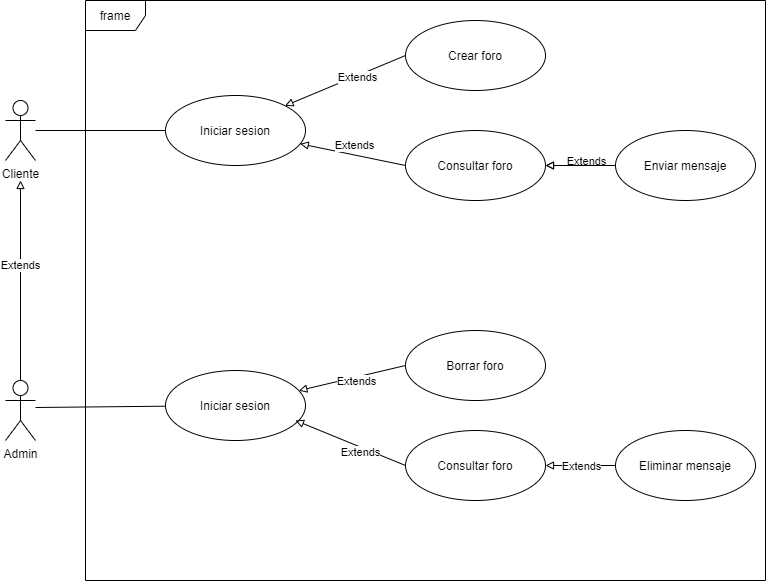
Before: analisis/resources/Gestióndeforo.png, a diagram exported from draw.io (Bluishres/La-tienda-del-infinito). Source tidied: cells renumbered, new cells last; positions are measured from the earlier drawing's top-left corner, leaving out a move shared by most shapes. The source it was exported from:
```xml
<mxGraphModel>
  <root>
    <mxCell id="0" />
    <mxCell id="1" parent="0" />
    <mxCell id="2" style="edgeStyle=none;rounded=0;jettySize=auto;html=1;entryX=0;entryY=0.5;entryDx=0;entryDy=0;endArrow=none;endFill=0;" parent="1" edge="1" source="3" target="5">
      <mxGeometry relative="1" as="geometry" />
    </mxCell>
    <mxCell id="3" value="Cliente" style="shape=umlActor;verticalLabelPosition=bottom;verticalAlign=top;html=1;outlineConnect=0;" parent="1" vertex="1">
      <mxGeometry y="100" width="30" height="60" as="geometry" />
    </mxCell>
    <mxCell id="4" value="frame" style="shape=umlFrame;whiteSpace=wrap;html=1;" parent="1" vertex="1">
      <mxGeometry x="80" width="680" height="580" as="geometry" />
    </mxCell>
    <mxCell id="5" value="Iniciar sesion" style="ellipse;whiteSpace=wrap;html=1;" parent="1" vertex="1">
      <mxGeometry x="160" y="95" width="140" height="70" as="geometry" />
    </mxCell>
    <mxCell id="6" style="rounded=0;jettySize=auto;html=1;exitX=0;exitY=0.5;exitDx=0;exitDy=0;entryX=1;entryY=0;entryDx=0;entryDy=0;endArrow=block;endFill=0;" parent="1" edge="1" source="8" target="5">
      <mxGeometry relative="1" as="geometry" />
    </mxCell>
    <mxCell id="7" value="Extends" style="edgeLabel;html=1;align=center;verticalAlign=middle;" parent="6" vertex="1">
      <mxGeometry x="-0.18" y="1" relative="1" as="geometry" />
    </mxCell>
    <mxCell id="8" value="Crear foro" style="ellipse;whiteSpace=wrap;html=1;" parent="1" vertex="1">
      <mxGeometry x="400" y="20" width="140" height="70" as="geometry" />
    </mxCell>
    <mxCell id="9" style="edgeStyle=none;rounded=0;jettySize=auto;html=1;exitX=0;exitY=0.5;exitDx=0;exitDy=0;endArrow=block;endFill=0;" parent="1" edge="1" source="11" target="5">
      <mxGeometry relative="1" as="geometry" />
    </mxCell>
    <mxCell id="10" value="Extends" style="edgeLabel;html=1;align=center;verticalAlign=middle;" parent="9" vertex="1">
      <mxGeometry x="-0.38" y="-2" relative="1" as="geometry">
        <mxPoint x="-20" y="-12" as="offset" />
      </mxGeometry>
    </mxCell>
    <mxCell id="11" value="Consultar foro" style="ellipse;whiteSpace=wrap;html=1;" parent="1" vertex="1">
      <mxGeometry x="400" y="130" width="140" height="70" as="geometry" />
    </mxCell>
    <mxCell id="12" style="edgeStyle=none;rounded=0;jettySize=auto;html=1;exitX=0;exitY=0.5;exitDx=0;exitDy=0;entryX=1;entryY=0.5;entryDx=0;entryDy=0;endArrow=block;endFill=0;" parent="1" edge="1" source="15" target="11">
      <mxGeometry relative="1" as="geometry" />
    </mxCell>
    <mxCell id="13" value="Extends" style="edgeLabel;html=1;align=center;verticalAlign=middle;" parent="12" vertex="1">
      <mxGeometry x="-0.56" relative="1" as="geometry">
        <mxPoint x="-15" y="-5" as="offset" />
      </mxGeometry>
    </mxCell>
    <mxCell id="14" style="edgeStyle=none;rounded=0;jettySize=auto;html=1;endArrow=block;endFill=0;" parent="1" edge="1" source="15" target="11">
      <mxGeometry relative="1" as="geometry" />
    </mxCell>
    <mxCell id="15" value="Enviar mensaje" style="ellipse;whiteSpace=wrap;html=1;" parent="1" vertex="1">
      <mxGeometry x="610" y="130" width="140" height="70" as="geometry" />
    </mxCell>
    <mxCell id="16" value="Iniciar sesion" style="ellipse;whiteSpace=wrap;html=1;" parent="1" vertex="1">
      <mxGeometry x="160" y="370" width="140" height="70" as="geometry" />
    </mxCell>
    <mxCell id="17" style="edgeStyle=orthogonalEdgeStyle;rounded=0;jettySize=auto;html=1;endArrow=block;endFill=0;" parent="1" edge="1" source="20">
      <mxGeometry relative="1" as="geometry">
        <mxPoint x="15" y="180" as="targetPoint" />
      </mxGeometry>
    </mxCell>
    <mxCell id="18" value="Extends" style="edgeLabel;html=1;align=center;verticalAlign=middle;" parent="17" vertex="1">
      <mxGeometry x="0.16" y="1" relative="1" as="geometry" />
    </mxCell>
    <mxCell id="19" style="edgeStyle=none;rounded=0;jettySize=auto;html=1;endArrow=none;endFill=0;" parent="1" edge="1" target="16">
      <mxGeometry relative="1" as="geometry">
        <mxPoint x="30" y="407" as="sourcePoint" />
      </mxGeometry>
    </mxCell>
    <mxCell id="20" value="Admin" style="shape=umlActor;verticalLabelPosition=bottom;verticalAlign=top;html=1;outlineConnect=0;" parent="1" vertex="1">
      <mxGeometry y="380" width="30" height="60" as="geometry" />
    </mxCell>
    <mxCell id="21" style="rounded=0;jettySize=auto;html=1;exitX=0;exitY=0.5;exitDx=0;exitDy=0;endArrow=block;endFill=0;" parent="1" edge="1" source="23" target="16">
      <mxGeometry relative="1" as="geometry" />
    </mxCell>
    <mxCell id="22" value="Extends" style="edgeLabel;html=1;align=center;verticalAlign=middle;" parent="21" vertex="1">
      <mxGeometry x="-0.19" y="2" relative="1" as="geometry">
        <mxPoint x="-6.7" y="2.8" as="offset" />
      </mxGeometry>
    </mxCell>
    <mxCell id="23" value="Borrar foro" style="ellipse;whiteSpace=wrap;html=1;" parent="1" vertex="1">
      <mxGeometry x="400" y="330" width="140" height="70" as="geometry" />
    </mxCell>
    <mxCell id="24" value="Consultar foro" style="ellipse;whiteSpace=wrap;html=1;" parent="1" vertex="1">
      <mxGeometry x="400" y="430" width="140" height="70" as="geometry" />
    </mxCell>
    <mxCell id="25" value="Eliminar mensaje" style="ellipse;whiteSpace=wrap;html=1;" parent="1" vertex="1">
      <mxGeometry x="610" y="430" width="140" height="70" as="geometry" />
    </mxCell>
    <mxCell id="26" style="rounded=0;jettySize=auto;html=1;exitX=0;exitY=0.5;exitDx=0;exitDy=0;endArrow=block;endFill=0;" parent="1" edge="1" source="24">
      <mxGeometry relative="1" as="geometry">
        <mxPoint x="290" y="420" as="targetPoint" />
      </mxGeometry>
    </mxCell>
    <mxCell id="27" value="Extends" style="edgeLabel;html=1;align=center;verticalAlign=middle;" parent="26" vertex="1">
      <mxGeometry x="-0.19" y="2" relative="1" as="geometry">
        <mxPoint x="-0.5" y="2.8" as="offset" />
      </mxGeometry>
    </mxCell>
    <mxCell id="28" style="rounded=0;jettySize=auto;html=1;exitX=0;exitY=0.5;exitDx=0;exitDy=0;endArrow=block;endFill=0;entryX=1;entryY=0.5;entryDx=0;entryDy=0;" parent="1" edge="1" source="25" target="24">
      <mxGeometry relative="1" as="geometry" />
    </mxCell>
    <mxCell id="29" value="Extends" style="edgeLabel;html=1;align=center;verticalAlign=middle;" parent="28" vertex="1">
      <mxGeometry x="-0.19" y="2" relative="1" as="geometry">
        <mxPoint x="-6.7" y="-2" as="offset" />
      </mxGeometry>
    </mxCell>
  </root>
</mxGraphModel>
```
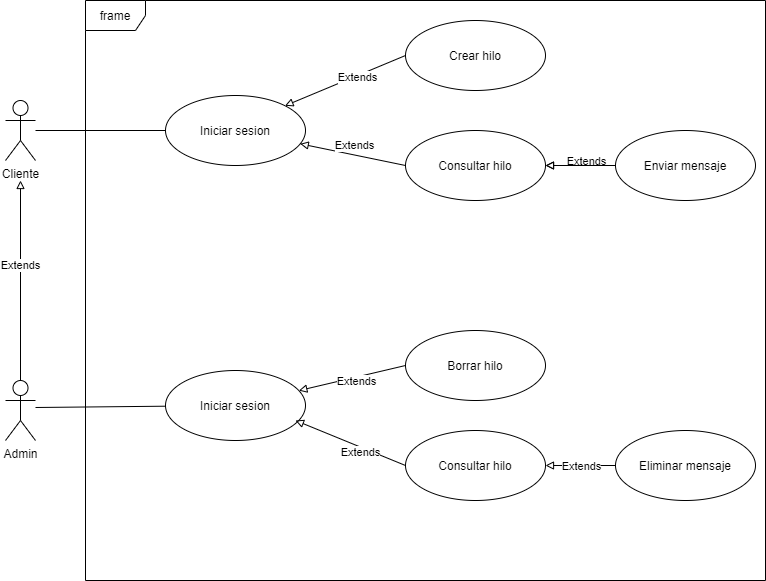
Later version of the same file.

Change to the diagram source:
```diff
@@ -20,7 +20,7 @@
     <mxCell id="7" value="Extends" style="edgeLabel;html=1;align=center;verticalAlign=middle;" parent="6" vertex="1">
       <mxGeometry x="-0.18" y="1" relative="1" as="geometry" />
     </mxCell>
-    <mxCell id="8" value="Crear foro" style="ellipse;whiteSpace=wrap;html=1;" parent="1" vertex="1">
+    <mxCell id="8" value="Crear hilo" style="ellipse;whiteSpace=wrap;html=1;" parent="1" vertex="1">
       <mxGeometry x="400" y="20" width="140" height="70" as="geometry" />
     </mxCell>
     <mxCell id="9" style="edgeStyle=none;rounded=0;jettySize=auto;html=1;exitX=0;exitY=0.5;exitDx=0;exitDy=0;endArrow=block;endFill=0;" parent="1" edge="1" source="11" target="5">
@@ -31,7 +31,7 @@
         <mxPoint x="-20" y="-12" as="offset" />
       </mxGeometry>
     </mxCell>
-    <mxCell id="11" value="Consultar foro" style="ellipse;whiteSpace=wrap;html=1;" parent="1" vertex="1">
+    <mxCell id="11" value="Consultar hilo" style="ellipse;whiteSpace=wrap;html=1;" parent="1" vertex="1">
       <mxGeometry x="400" y="130" width="140" height="70" as="geometry" />
     </mxCell>
     <mxCell id="12" style="edgeStyle=none;rounded=0;jettySize=auto;html=1;exitX=0;exitY=0.5;exitDx=0;exitDy=0;entryX=1;entryY=0.5;entryDx=0;entryDy=0;endArrow=block;endFill=0;" parent="1" edge="1" source="15" target="11">
@@ -75,10 +75,10 @@
         <mxPoint x="-6.7" y="2.8" as="offset" />
       </mxGeometry>
     </mxCell>
-    <mxCell id="23" value="Borrar foro" style="ellipse;whiteSpace=wrap;html=1;" parent="1" vertex="1">
+    <mxCell id="23" value="Borrar hilo" style="ellipse;whiteSpace=wrap;html=1;" parent="1" vertex="1">
       <mxGeometry x="400" y="330" width="140" height="70" as="geometry" />
     </mxCell>
-    <mxCell id="24" value="Consultar foro" style="ellipse;whiteSpace=wrap;html=1;" parent="1" vertex="1">
+    <mxCell id="24" value="Consultar hilo" style="ellipse;whiteSpace=wrap;html=1;" parent="1" vertex="1">
       <mxGeometry x="400" y="430" width="140" height="70" as="geometry" />
     </mxCell>
     <mxCell id="25" value="Eliminar mensaje" style="ellipse;whiteSpace=wrap;html=1;" parent="1" vertex="1">
```
